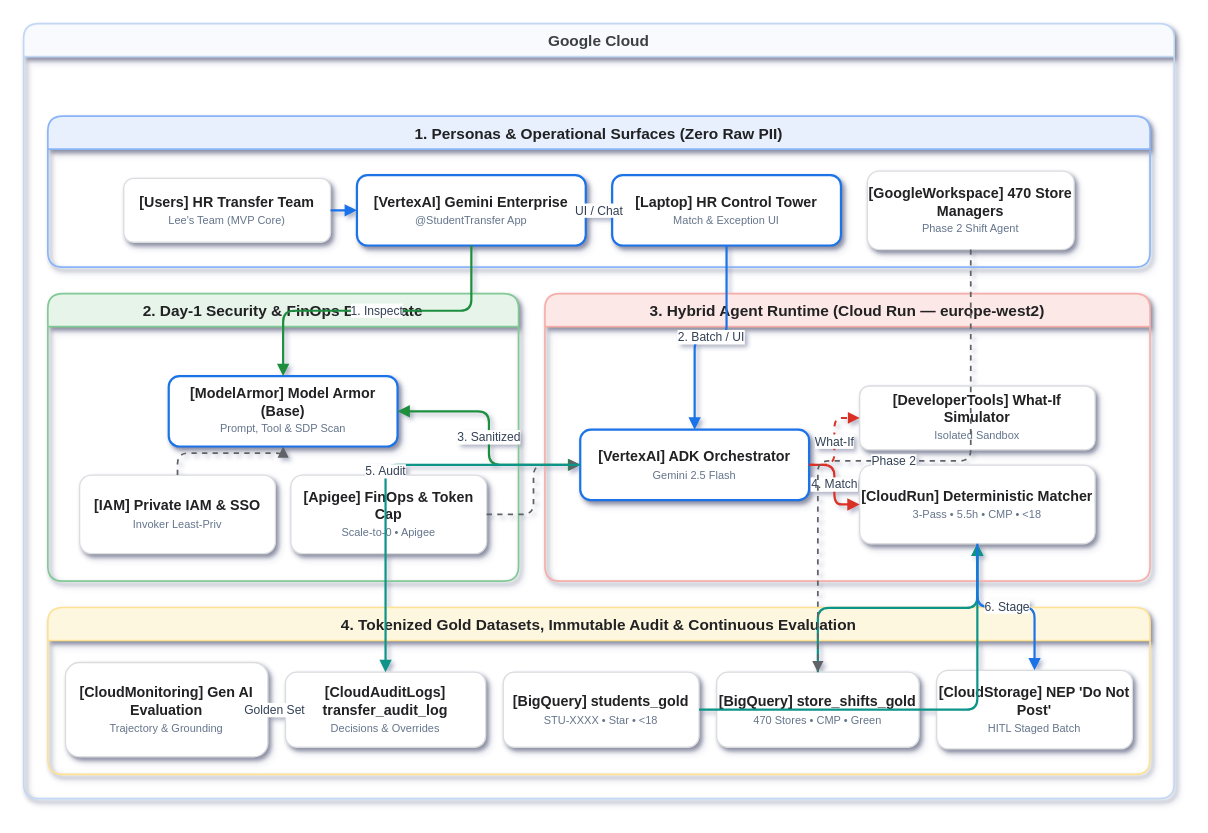
The draw.io diagram diagrams/next_student_transfer_arch.drawio in yenchau-google/talent-management, before the edit. Source tidied: cells renumbered, new cells numbered last; positions are measured from the earlier drawing's top-left corner, leaving out a move shared by most shapes. Both pictures are drawn from the tidied source at 110%, with x=0, y=0 at pixel (23, 23).
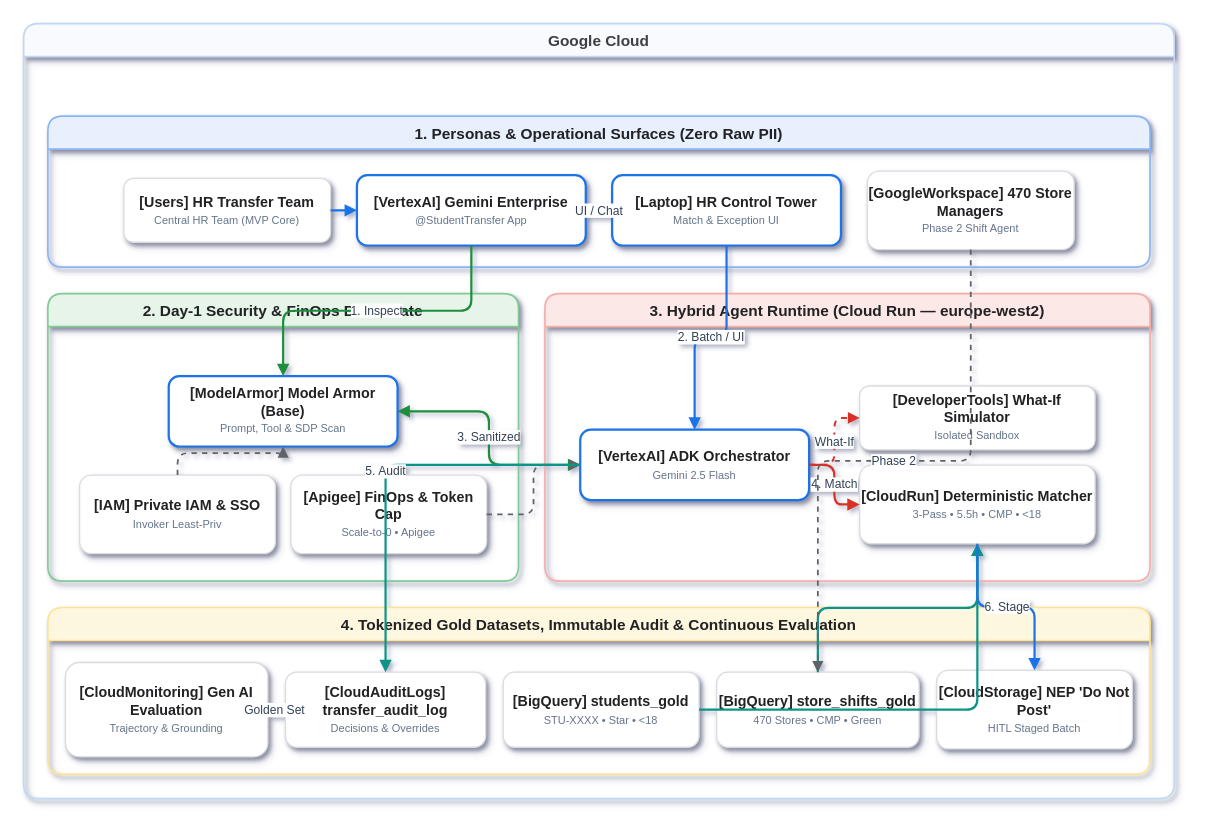
After the change.

The change refers to these unchanged cells:
```xml
<mxCell id="3" value="1. Personas &amp; Operational Surfaces (Zero Raw PII)" style="swimlane;fontStyle=1;horizontal=1;startSize=30;rounded=1;fillColor=#e8f0fe;strokeColor=#8ab4f8;strokeWidth=1.5;fontColor=#202124;fontSize=14;shadow=1;" parent="2" vertex="1">
  <mxGeometry x="22" y="84" width="1002" height="137.4" as="geometry" />
</mxCell>
```

Change to the diagram source:
```diff
@@
-    <mxCell id="9" value="&lt;b&gt;[Users] HR Transfer Team&lt;/b&gt;&lt;br&gt;&lt;font color='#64748B' size='1'&gt;Lee's Team (MVP Core)&lt;/font&gt;" style="rounded=1;arcSize=15;whiteSpace=wrap;html=1;fillColor=#ffffff;strokeColor=#dadce0;strokeWidth=1.2;fontColor=#202124;fontSize=13;shadow=1;" parent="3" vertex="1">
+    <mxCell id="9" value="&lt;b&gt;[Users] HR Transfer Team&lt;/b&gt;&lt;br&gt;&lt;font color='#64748B' size='1'&gt;Central HR Team (MVP Core)&lt;/font&gt;" style="rounded=1;arcSize=15;whiteSpace=wrap;html=1;fillColor=#ffffff;strokeColor=#dadce0;strokeWidth=1.2;fontColor=#202124;fontSize=13;shadow=1;" parent="3" vertex="1">
       <mxGeometry x="69" y="56.7" width="188" height="58" as="geometry" />
     </mxCell>
```
